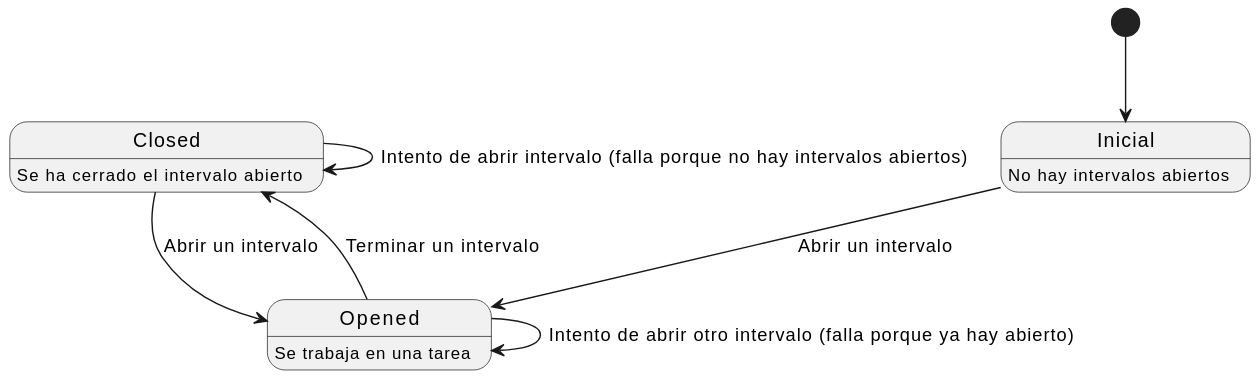
EscuelaIt/time-register keeps this PlantUML diagram as docs/interval-opened-closed-states.svg. Above is the earlier version. Its diagram source:
```plantuml
@startuml
state Inicial
Inicial : No hay intervalos abiertos
state Opened
Opened : Se trabaja en una tarea
state Closed
Closed: Se ha cerrado el intervalo abierto

[*] --> Inicial
Inicial --> Opened : Abrir un intervalo
Opened --> Opened : Intento de abrir otro intervalo (falla porque ya hay abierto)
Opened --> Closed : Terminar un intervalo
Closed --> Closed : Intento de abrir intervalo (falla porque no hay intervalos abiertos)
Closed -right-> Opened : Abrir un intervalo
@enduml
```
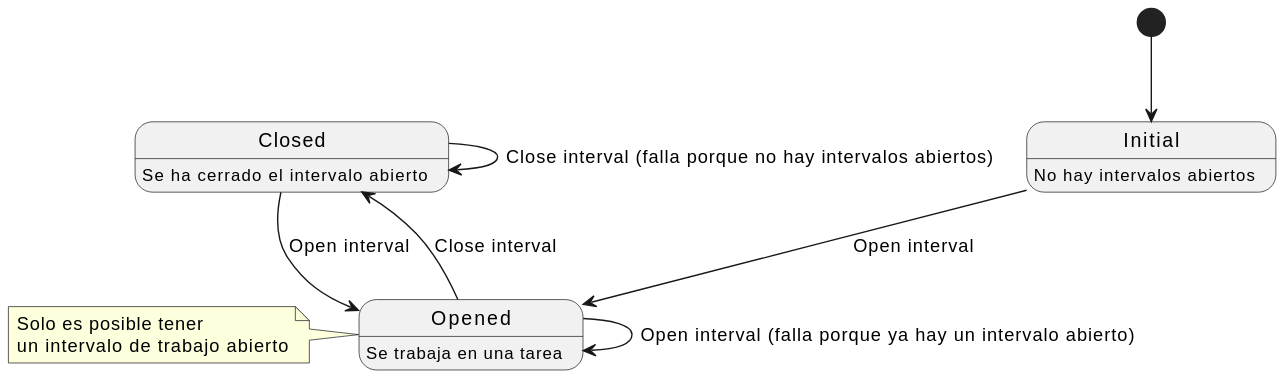
The same diagram one commit later.

Commit message:
casos de uso de intervalo

Change to the diagram source:
```diff
@@ -1,15 +1,21 @@
 @startuml
-state Inicial
-Inicial : No hay intervalos abiertos
+state Initial
+Initial : No hay intervalos abiertos
 state Opened
 Opened : Se trabaja en una tarea
 state Closed
 Closed: Se ha cerrado el intervalo abierto
 
-[*] --> Inicial
-Inicial --> Opened : Abrir un intervalo
-Opened --> Opened : Intento de abrir otro intervalo (falla porque ya hay abierto)
-Opened --> Closed : Terminar un intervalo
-Closed --> Closed : Intento de abrir intervalo (falla porque no hay intervalos abiertos)
-Closed -right-> Opened : Abrir un intervalo
+[*] --> Initial
+Initial --> Opened : Open interval
+Opened --> Opened : Open interval (falla porque ya hay un intervalo abierto)
+Opened --> Closed : Close interval
+Closed --> Closed : Close interval (falla porque no hay intervalos abiertos)
+Closed -right-> Opened : Open interval
+
+
+note left of Opened
+  Solo es posible tener
+  un intervalo de trabajo abierto
+end note
 @enduml
```
